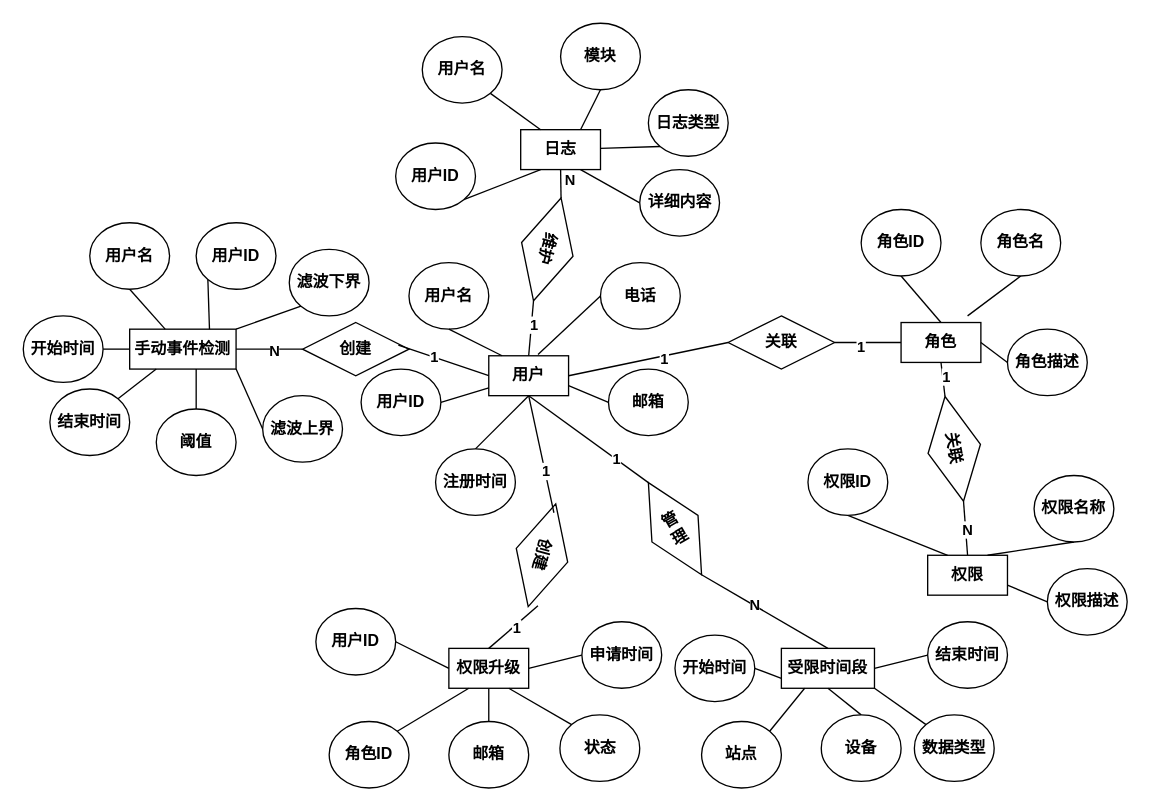
Earlier version of the draw.io diagram 数据库er图.drawio (Diend-7/-). Source tidied: cells renumbered, new cells numbered last; positions are measured from the earlier drawing's top-left corner, leaving out a move shared by most shapes. Both pictures are drawn from the tidied source at 133%, with x=0, y=0 at pixel (23, 23).
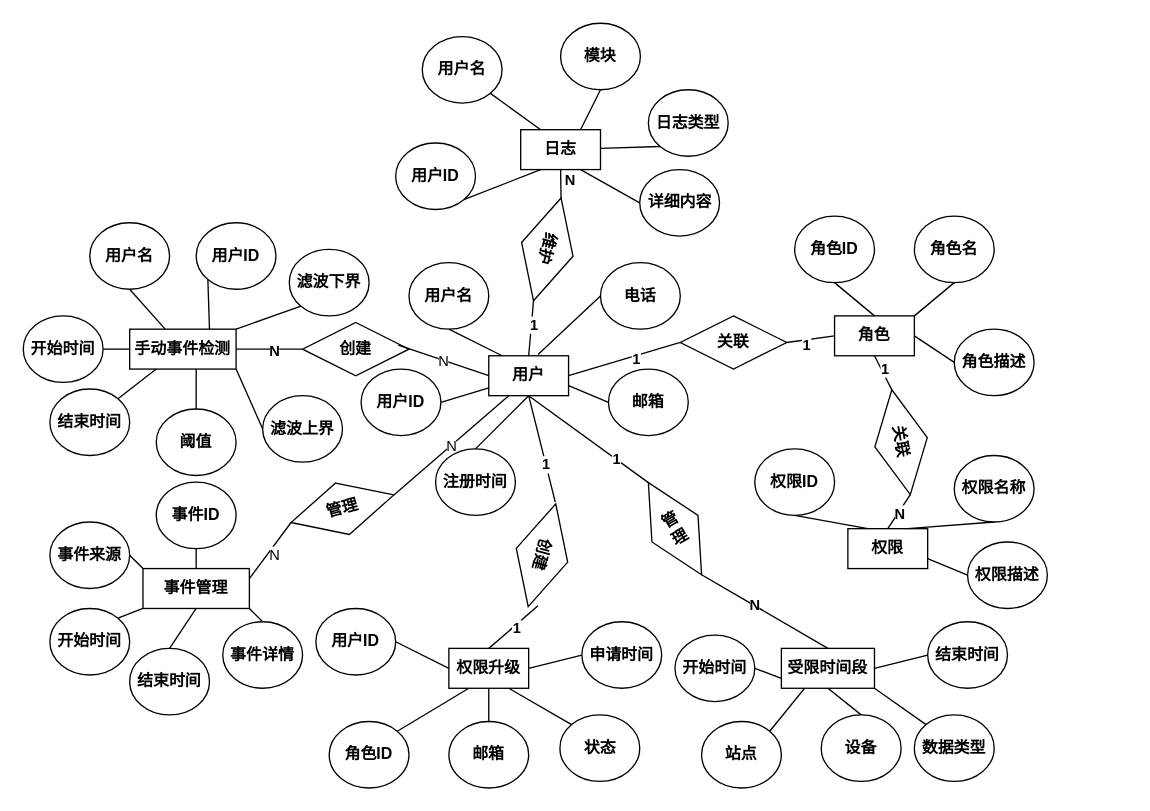
Above is the later version.

Commit message (it also covers changes not shown here):
更新数据库er图.drawio

The change refers to these unchanged cells:
```xml
<mxCell id="6" value="用户" style="rounded=0;whiteSpace=wrap;html=1;fontStyle=1;" parent="1" vertex="1">
  <mxGeometry x="350" y="250" width="60" height="30" as="geometry" />
</mxCell>
<mxCell id="40" value="创建" style="rhombus;whiteSpace=wrap;html=1;rotation=105;fontStyle=1;" parent="1" vertex="1">
  <mxGeometry x="350" y="380" width="80" height="40" as="geometry" />
</mxCell>
<mxCell id="98" style="edgeStyle=none;rounded=0;jettySize=auto;html=1;exitX=0;exitY=0.5;exitDx=0;exitDy=0;entryX=0.9;entryY=0.425;entryDx=0;entryDy=0;entryPerimeter=0;fontStyle=1;endArrow=none;endFill=0;" parent="1" edge="1" source="6" target="97">
  <mxGeometry relative="1" as="geometry" />
</mxCell>
```

The edit, as a diff of the source:
```diff
@@
+    <mxCell id="105" style="edgeStyle=none;rounded=0;jettySize=auto;html=1;exitX=0.25;exitY=1;exitDx=0;exitDy=0;entryX=1;entryY=0.5;entryDx=0;entryDy=0;endArrow=none;endFill=0;" parent="1" edge="1" source="6" target="108">
+      <mxGeometry relative="1" as="geometry" />
+    </mxCell>
+    <mxCell id="106" value="N" style="edgeLabel;html=1;align=center;verticalAlign=middle;" parent="105" vertex="1">
+      <mxGeometry x="0.02" relative="1" as="geometry" />
+    </mxCell>
@@
     <mxCell id="17" value="关联" style="rhombus;whiteSpace=wrap;html=1;fontStyle=1;" parent="1" vertex="1">
-      <mxGeometry x="530" y="220" width="80" height="40" as="geometry" />
+      <mxGeometry x="494" y="220" width="80" height="40" as="geometry" />
     </mxCell>
@@
     <mxCell id="20" value="角色" style="rounded=0;whiteSpace=wrap;html=1;fontStyle=1;" parent="1" vertex="1">
-      <mxGeometry x="660" y="225" width="60" height="30" as="geometry" />
+      <mxGeometry x="610" y="220" width="60" height="30" as="geometry" />
     </mxCell>
@@
     <mxCell id="22" value="角色ID" style="ellipse;whiteSpace=wrap;html=1;fontStyle=1;" parent="1" vertex="1">
-      <mxGeometry x="630" y="140" width="60" height="50" as="geometry" />
+      <mxGeometry x="580" y="145" width="60" height="50" as="geometry" />
     </mxCell>
-    <mxCell id="23" style="rounded=0;jettySize=auto;html=1;exitX=0.5;exitY=1;exitDx=0;exitDy=0;endArrow=none;endFill=0;fontStyle=1;" parent="1" edge="1" source="24">
-      <mxGeometry relative="1" as="geometry">
-        <mxPoint x="710" y="220" as="targetPoint" />
-      </mxGeometry>
+    <mxCell id="23" style="rounded=0;jettySize=auto;html=1;exitX=0.5;exitY=1;exitDx=0;exitDy=0;endArrow=none;endFill=0;fontStyle=1;entryX=1;entryY=0;entryDx=0;entryDy=0;" parent="1" edge="1" source="24" target="20">
+      <mxGeometry relative="1" as="geometry" />
     </mxCell>
     <mxCell id="24" value="角色名" style="ellipse;whiteSpace=wrap;html=1;fontStyle=1;" parent="1" vertex="1">
-      <mxGeometry x="720" y="140" width="60" height="50" as="geometry" />
+      <mxGeometry x="670" y="145" width="60" height="50" as="geometry" />
     </mxCell>
@@
     <mxCell id="26" value="角色描述" style="ellipse;whiteSpace=wrap;html=1;fontStyle=1;" parent="1" vertex="1">
-      <mxGeometry x="740" y="230" width="60" height="50" as="geometry" />
+      <mxGeometry x="700" y="230" width="60" height="50" as="geometry" />
     </mxCell>
@@
     <mxCell id="29" value="权限" style="rounded=0;whiteSpace=wrap;html=1;fontStyle=1;" parent="1" vertex="1">
-      <mxGeometry x="680" y="400" width="60" height="30" as="geometry" />
+      <mxGeometry x="620" y="380" width="60" height="30" as="geometry" />
     </mxCell>
@@
     <mxCell id="31" value="权限ID" style="ellipse;whiteSpace=wrap;html=1;fontStyle=1;" parent="1" vertex="1">
-      <mxGeometry x="590" y="320" width="60" height="50" as="geometry" />
+      <mxGeometry x="550" y="320" width="60" height="50" as="geometry" />
     </mxCell>
@@
     <mxCell id="33" value="权限名称" style="ellipse;whiteSpace=wrap;html=1;fontStyle=1;" parent="1" vertex="1">
-      <mxGeometry x="760" y="340" width="60" height="50" as="geometry" />
+      <mxGeometry x="700" y="325" width="60" height="50" as="geometry" />
     </mxCell>
@@
     <mxCell id="35" value="权限描述" style="ellipse;whiteSpace=wrap;html=1;fontStyle=1;" parent="1" vertex="1">
-      <mxGeometry x="770" y="410" width="60" height="50" as="geometry" />
+      <mxGeometry x="710" y="390" width="60" height="50" as="geometry" />
     </mxCell>
@@
     <mxCell id="38" value="关联" style="rhombus;whiteSpace=wrap;html=1;rotation=80;fontStyle=1;" parent="1" vertex="1">
-      <mxGeometry x="660" y="300" width="80" height="40" as="geometry" />
+      <mxGeometry x="620" y="295" width="80" height="40" as="geometry" />
     </mxCell>
@@
-    <mxCell id="41" style="rounded=0;jettySize=auto;html=1;exitX=0.5;exitY=1;exitDx=0;exitDy=0;entryX=0.085;entryY=0.49;entryDx=0;entryDy=0;entryPerimeter=0;endArrow=none;endFill=0;fontStyle=1;" parent="1" edge="1" source="6" target="40">
-      <mxGeometry relative="1" as="geometry" />
+    <mxCell id="41" style="rounded=0;jettySize=auto;html=1;exitX=0.5;exitY=1;exitDx=0;exitDy=0;endArrow=none;endFill=0;fontStyle=1;" parent="1" edge="1" source="6">
+      <mxGeometry relative="1" as="geometry">
+        <mxPoint x="400" y="360" as="targetPoint" />
+      </mxGeometry>
     </mxCell>
@@
-    <mxCell id="99" value="1" style="edgeLabel;html=1;align=center;verticalAlign=middle;fontStyle=1;" parent="98" vertex="1">
-      <mxGeometry x="0.23" relative="1" as="geometry" />
-    </mxCell>
+    <mxCell id="107" value="N" style="edgeLabel;html=1;align=center;verticalAlign=middle;" parent="98" vertex="1">
+      <mxGeometry relative="1" as="geometry" />
+    </mxCell>
@@
+    <mxCell id="108" value="管理" style="rhombus;whiteSpace=wrap;html=1;fontStyle=1;rotation=-15;" parent="1" vertex="1">
+      <mxGeometry x="200" y="345" width="80" height="40" as="geometry" />
+    </mxCell>
+    <mxCell id="109" style="edgeStyle=none;rounded=0;jettySize=auto;html=1;exitX=1;exitY=0.25;exitDx=0;exitDy=0;entryX=0;entryY=0.5;entryDx=0;entryDy=0;endArrow=none;endFill=0;" parent="1" edge="1" source="111" target="108">
+      <mxGeometry relative="1" as="geometry" />
+    </mxCell>
+    <mxCell id="110" value="N" style="edgeLabel;html=1;align=center;verticalAlign=middle;" parent="109" vertex="1">
+      <mxGeometry y="-4" relative="1" as="geometry" />
+    </mxCell>
+    <mxCell id="111" value="事件管理" style="rounded=0;whiteSpace=wrap;html=1;fontStyle=1;" parent="1" vertex="1">
+      <mxGeometry x="90" y="410" width="80" height="30" as="geometry" />
+    </mxCell>
+    <mxCell id="112" style="edgeStyle=none;rounded=0;jettySize=auto;html=1;exitX=0.5;exitY=1;exitDx=0;exitDy=0;entryX=0.5;entryY=0;entryDx=0;entryDy=0;endArrow=none;endFill=0;" parent="1" edge="1" source="113" target="111">
+      <mxGeometry relative="1" as="geometry" />
+    </mxCell>
+    <mxCell id="113" value="事件ID" style="ellipse;whiteSpace=wrap;html=1;fontStyle=1;" parent="1" vertex="1">
+      <mxGeometry x="100" y="345" width="60" height="50" as="geometry" />
+    </mxCell>
+    <mxCell id="114" style="edgeStyle=none;rounded=0;jettySize=auto;html=1;exitX=1;exitY=0.5;exitDx=0;exitDy=0;entryX=0;entryY=0;entryDx=0;entryDy=0;endArrow=none;endFill=0;" parent="1" edge="1" source="115" target="111">
+      <mxGeometry relative="1" as="geometry" />
+    </mxCell>
+    <mxCell id="115" value="事件来源" style="ellipse;whiteSpace=wrap;html=1;fontStyle=1;" parent="1" vertex="1">
+      <mxGeometry x="20" y="375" width="60" height="50" as="geometry" />
+    </mxCell>
+    <mxCell id="116" style="edgeStyle=none;rounded=0;jettySize=auto;html=1;exitX=1;exitY=0;exitDx=0;exitDy=0;entryX=0;entryY=1;entryDx=0;entryDy=0;endArrow=none;endFill=0;" parent="1" edge="1" source="117" target="111">
+      <mxGeometry relative="1" as="geometry" />
+    </mxCell>
+    <mxCell id="117" value="开始时间" style="ellipse;whiteSpace=wrap;html=1;fontStyle=1;" parent="1" vertex="1">
+      <mxGeometry x="20" y="440" width="60" height="50" as="geometry" />
+    </mxCell>
+    <mxCell id="118" style="edgeStyle=none;rounded=0;jettySize=auto;html=1;exitX=0.5;exitY=0;exitDx=0;exitDy=0;entryX=0.5;entryY=1;entryDx=0;entryDy=0;endArrow=none;endFill=0;" parent="1" edge="1" source="119" target="111">
+      <mxGeometry relative="1" as="geometry" />
+    </mxCell>
+    <mxCell id="119" value="结束时间" style="ellipse;whiteSpace=wrap;html=1;fontStyle=1;" parent="1" vertex="1">
+      <mxGeometry x="80" y="470" width="60" height="50" as="geometry" />
+    </mxCell>
+    <mxCell id="120" style="edgeStyle=none;rounded=0;jettySize=auto;html=1;exitX=0.5;exitY=0;exitDx=0;exitDy=0;entryX=1;entryY=1;entryDx=0;entryDy=0;endArrow=none;endFill=0;" parent="1" edge="1" source="121" target="111">
+      <mxGeometry relative="1" as="geometry" />
+    </mxCell>
+    <mxCell id="121" value="事件详情" style="ellipse;whiteSpace=wrap;html=1;fontStyle=1;" parent="1" vertex="1">
+      <mxGeometry x="150" y="450" width="60" height="50" as="geometry" />
+    </mxCell>
```
